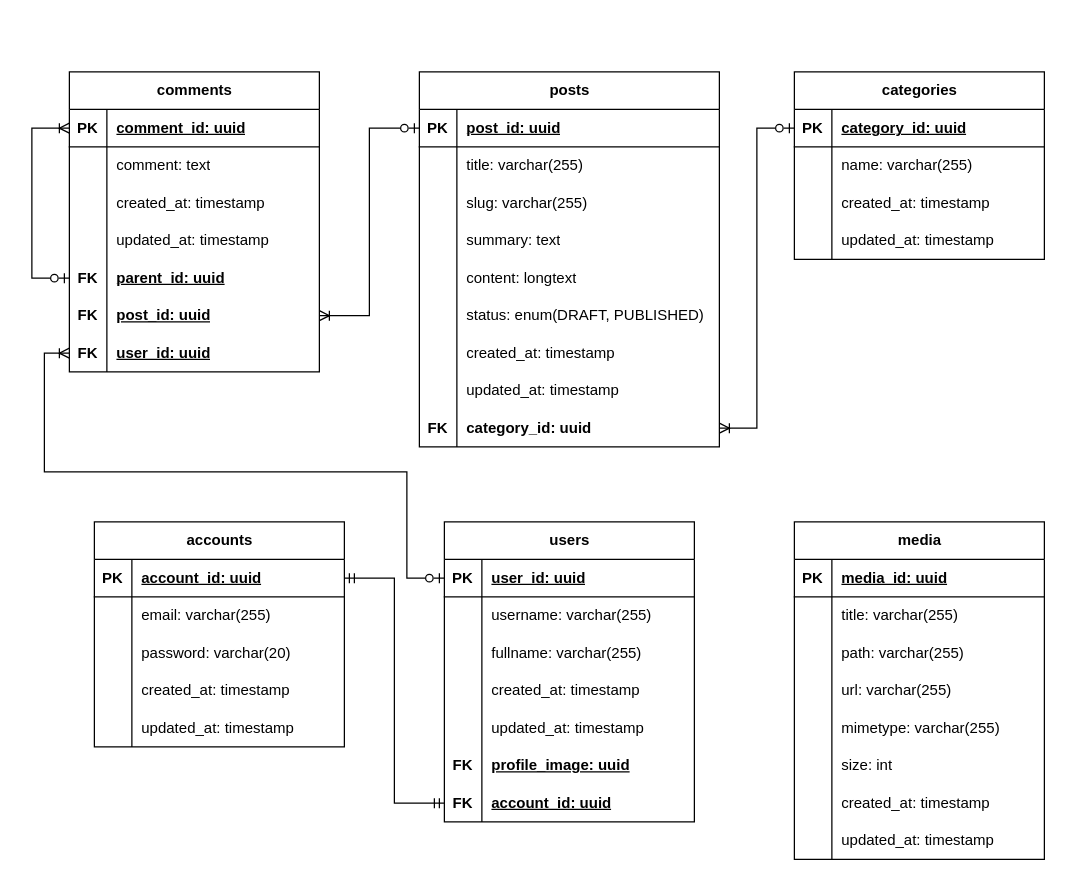
This is docs/ERD.drawio from HarisHerdiansyah/laravel-blog-platform, a draw.io file, before an edit. Source tidied: cells renumbered, new cells numbered last; positions are measured from the earlier drawing's top-left corner, leaving out a move shared by most shapes. Both pictures are drawn from the tidied source at 125%, with x=0, y=0 at pixel (31, 71).
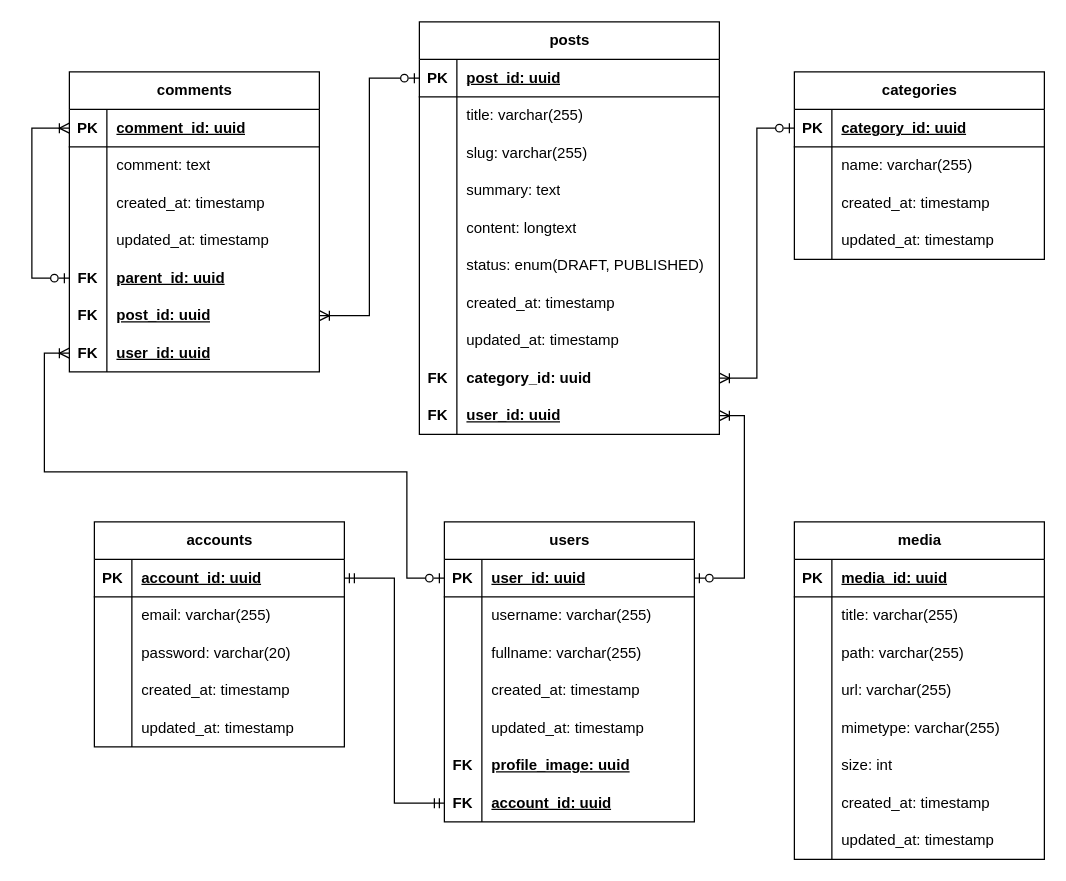
Above is the later version.

The change refers to these unchanged cells:
```xml
<mxCell id="3" style="shape=tableRow;horizontal=0;startSize=0;swimlaneHead=0;swimlaneBody=0;fillColor=none;points=[[0,0.5],[1,0.5]];portConstraint=eastwest;top=0;left=0;right=0;bottom=1;" parent="2" vertex="1">
  <mxGeometry y="30" width="200" height="30" as="geometry" />
</mxCell>
```

What changed in the source:
```diff
@@
     <mxCell id="65" value="posts" style="shape=table;startSize=30;childLayout=tableLayout;rowLines=0;fontStyle=1;align=center;html=1;" parent="1" vertex="1">
-      <mxGeometry x="310" width="240" height="300" as="geometry" />
+      <mxGeometry x="310" y="-40" width="240" height="330" as="geometry" />
     </mxCell>
@@
+    <mxCell id="133" style="shape=tableRow;horizontal=0;startSize=0;swimlaneHead=0;swimlaneBody=0;fillColor=none;points=[[0,0.5],[1,0.5]];portConstraint=eastwest;top=0;left=0;right=0;bottom=0;" parent="65" vertex="1">
+      <mxGeometry y="300" width="240" height="30" as="geometry" />
+    </mxCell>
+    <mxCell id="134" value="FK" style="shape=partialRectangle;fillColor=none;top=0;left=0;bottom=0;right=0;overflow=hidden;whiteSpace=wrap;html=1;fontStyle=1;" parent="133" vertex="1">
+      <mxGeometry width="30" height="30" as="geometry" />
+    </mxCell>
+    <mxCell id="135" value="&lt;b&gt;&lt;u&gt;user_id: uuid&lt;/u&gt;&lt;/b&gt;" style="shape=partialRectangle;fillColor=none;top=0;left=0;bottom=0;right=0;align=left;spacingLeft=6;overflow=hidden;whiteSpace=wrap;html=1;" parent="133" vertex="1">
+      <mxGeometry x="30" width="210" height="30" as="geometry" />
+    </mxCell>
@@
+    <mxCell id="136" style="edgeStyle=orthogonalEdgeStyle;rounded=0;jettySize=auto;html=1;exitX=1;exitY=0.5;exitDx=0;exitDy=0;entryX=1;entryY=0.5;entryDx=0;entryDy=0;startArrow=ERzeroToOne;startFill=0;endArrow=ERoneToMany;endFill=0;" parent="1" edge="1" source="3" target="133">
+      <mxGeometry relative="1" as="geometry">
+        <Array as="points">
+          <mxPoint x="570" y="405" />
+          <mxPoint x="570" y="275" />
+        </Array>
+      </mxGeometry>
+    </mxCell>
```
